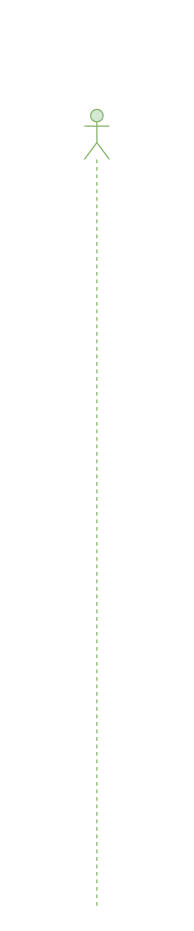
Earlier version of the draw.io diagram docs/ModernLibrary.drawio (usama-rashad/Library-System). Source tidied: cells renumbered, new cells numbered last; positions are measured from the earlier drawing's top-left corner, leaving out a move shared by most shapes. Both pictures are drawn from the tidied source at 125%, with x=0, y=0 at pixel (84, 109).
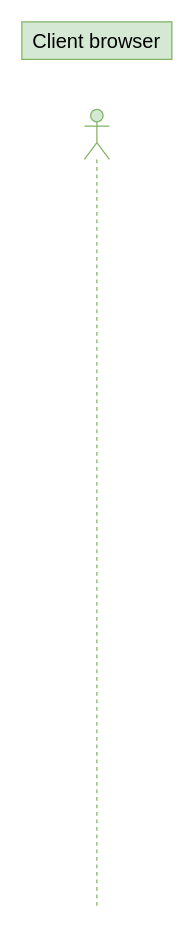
The same page after the edit.

The edit, as a diff of the source:
```diff
@@
 <mxGraphModel>
   <root>
     <mxCell id="0" />
     <mxCell id="1" parent="0" />
     <mxCell id="2" style="shape=umlLifeline;perimeter=lifelinePerimeter;whiteSpace=wrap;html=1;newEdgeStyle={&quot;edgeStyle&quot;:&quot;elbowEdgeStyle&quot;,&quot;elbow&quot;:&quot;vertical&quot;,&quot;curved&quot;:0,&quot;rounded&quot;:0};participant=umlActor;fontSize=16;fillColor=#d5e8d4;strokeColor=#82b366;" parent="1" vertex="1">
       <mxGeometry width="20" height="640" as="geometry" />
     </mxCell>
+    <mxCell id="3" value="Client browser" style="rounded=0;whiteSpace=wrap;html=1;fontSize=16;fillColor=#d5e8d4;strokeColor=#82b366;" parent="1" vertex="1">
+      <mxGeometry x="-50" y="-70" width="120" height="30" as="geometry" />
+    </mxCell>
   </root>
 </mxGraphModel>
```
